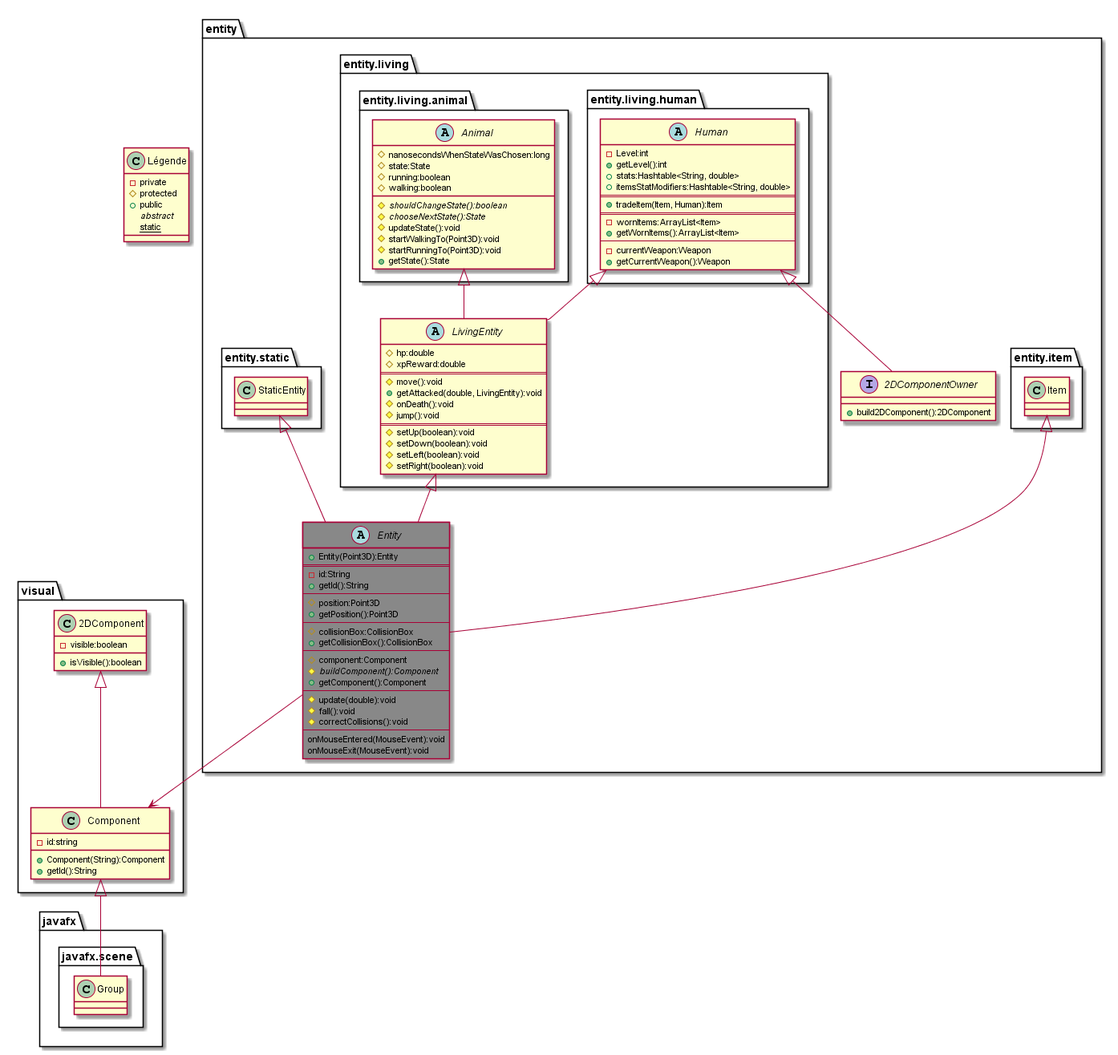
This is uml/final/entity/entity.png from the-zucc/coureur-de-bois, a PlantUML export, as it was before one commit.
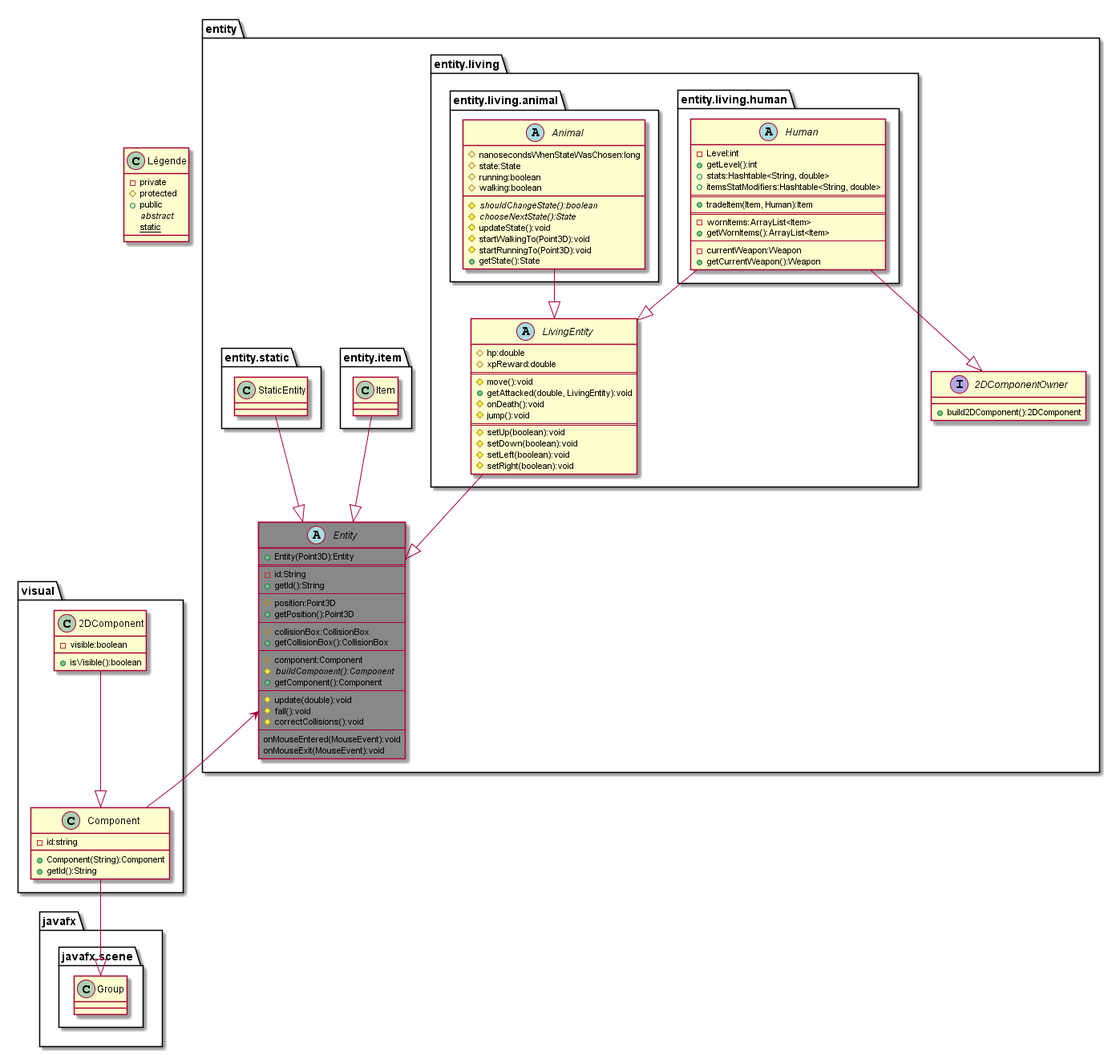
Later version of the same file.

Commit message:
refait les directions des fleches dans le UML de entity

What changed in the source:
```diff
@@ -35,7 +35,7 @@
     }
     package entity.item{
         class Item
-        Item <|-- Entity
+        Item --|> Entity
     }
     package entity.living{
         abstract class LivingEntity{
@@ -52,7 +52,7 @@
             # setLeft(boolean):void
             # setRight(boolean):void
         }
-        LivingEntity <|-- Entity
+        LivingEntity --|> Entity
         package entity.living.animal{
             abstract class Animal{
                 # nanosecondsWhenStateWasChosen:long
@@ -66,7 +66,7 @@
                 # startRunningTo(Point3D):void
                 + getState():State
             }
-            Animal <|-- LivingEntity
+            Animal --|> LivingEntity
         }
         package entity.living.human{
             abstract class Human{
@@ -83,13 +83,13 @@
                 - currentWeapon:Weapon
                 + getCurrentWeapon():Weapon
             }
-            Human <|-- LivingEntity
-            Human <|-- 2DComponentOwner
+            Human --|> LivingEntity
+            Human --|> 2DComponentOwner
         }
     }
     package entity.static{
         class StaticEntity
-        StaticEntity <|-- Entity
+        StaticEntity --|> Entity
     }
 }
 package javafx{
@@ -103,14 +103,14 @@
         + Component(String):Component
         + getId():String
     }
-    Component <|-- Group
-    Entity --> Component
+    Component --|> Group
+    Entity <-- Component
 
     class 2DComponent{
         - visible:boolean
         + isVisible():boolean
 
     }
-    2DComponent <|-- Component
+    2DComponent --|> Component
 }
 @enduml
```
